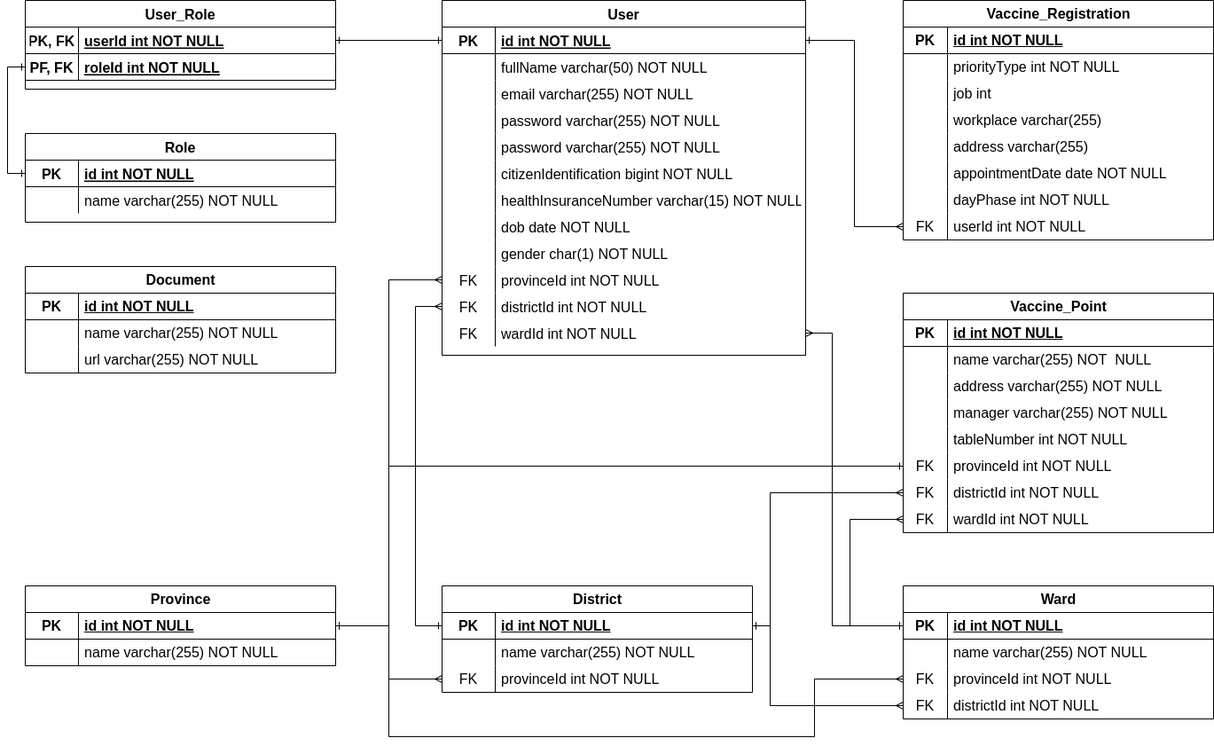
The draw.io diagram docs/VaccinePortalERD.png in zinza-academy/covid-19-vaccine-portal-nestjs-thanghq24, before a commit. Source tidied: cells renumbered, new cells last; positions are measured from the earlier drawing's top-left corner, leaving out a move shared by most shapes.
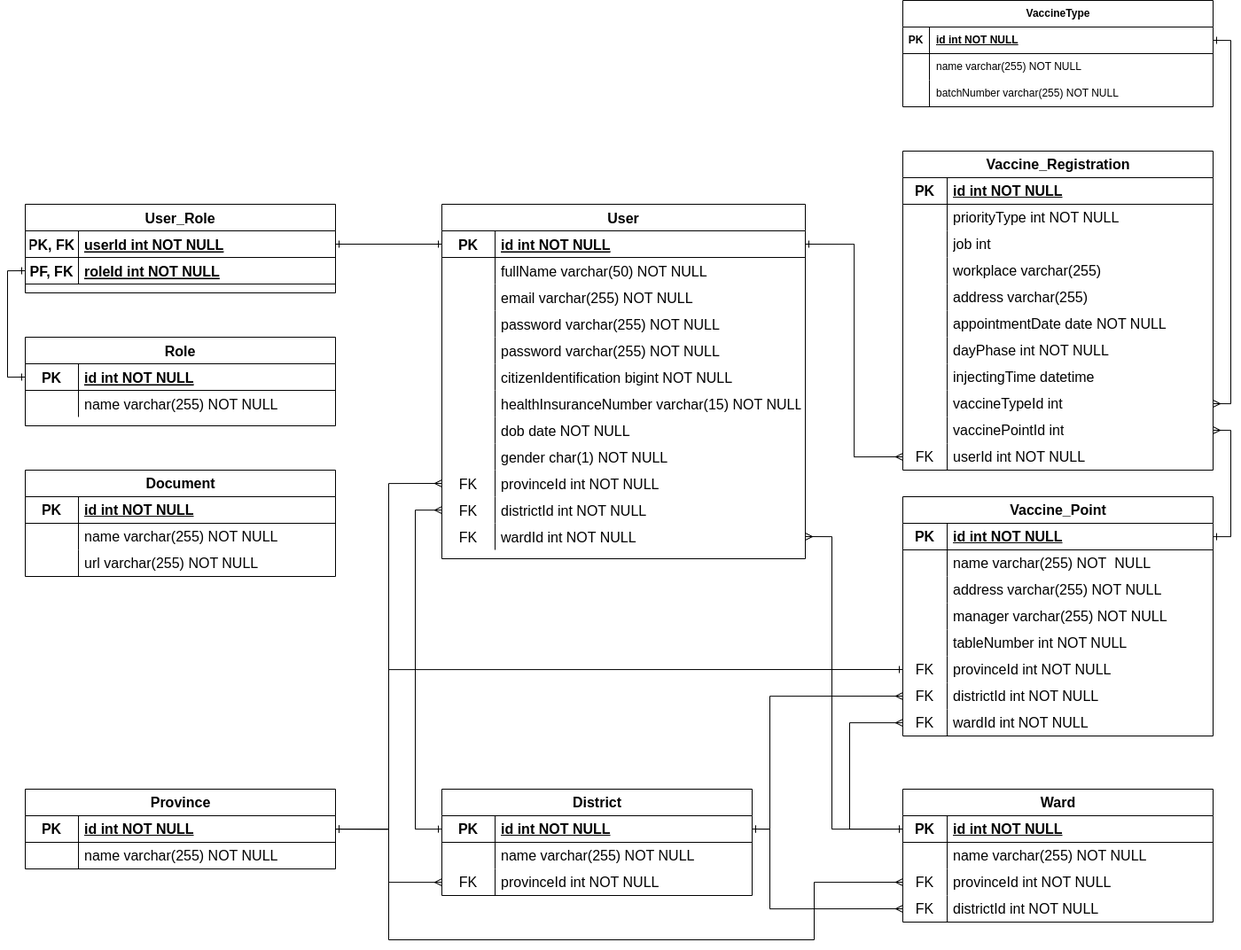
The same file after the commit.

Commit message:
fix: modify database design

Add relation of vaccine registration with vaccine type and vaccine point

The edit, as a diff of the source:
```diff
@@ -135,7 +135,7 @@
       <mxGeometry x="60" width="350" height="30" as="geometry" />
     </mxCell>
     <mxCell id="46" value="Vaccine_Registration" style="shape=table;startSize=30;rowLines=0;fontStyle=1;align=center;html=1;fontSize=16;spacing=2;spacingTop=3;spacingBottom=3;spacingLeft=5;spacingRight=5;" parent="1" vertex="1">
-      <mxGeometry x="990" width="350" height="270" as="geometry" />
+      <mxGeometry x="990" y="-60" width="350" height="360" as="geometry" />
     </mxCell>
     <mxCell id="47" style="shape=tableRow;horizontal=0;startSize=0;swimlaneHead=0;swimlaneBody=0;fillColor=none;top=0;left=0;right=0;bottom=1;fontSize=16;spacing=2;spacingTop=3;spacingBottom=3;spacingLeft=5;spacingRight=5;" parent="46" vertex="1">
       <mxGeometry y="30" width="350" height="30" as="geometry" />
@@ -200,8 +200,35 @@
     <mxCell id="67" value="dayPhase int NOT NULL" style="shape=partialRectangle;fillColor=none;top=0;left=0;bottom=0;right=0;align=left;spacingLeft=5;overflow=hidden;whiteSpace=wrap;html=1;fontSize=16;spacing=2;spacingTop=3;spacingBottom=3;spacingRight=5;" parent="65" vertex="1">
       <mxGeometry x="50" width="300" height="30" as="geometry" />
     </mxCell>
+    <mxCell id="155" style="shape=tableRow;horizontal=0;startSize=0;swimlaneHead=0;swimlaneBody=0;fillColor=none;top=0;left=0;right=0;bottom=0;fontSize=16;spacing=2;spacingTop=3;spacingBottom=3;spacingLeft=5;spacingRight=5;" parent="46" vertex="1">
+      <mxGeometry y="240" width="350" height="30" as="geometry" />
+    </mxCell>
+    <mxCell id="156" style="shape=partialRectangle;fillColor=none;top=0;left=0;bottom=0;right=0;overflow=hidden;whiteSpace=wrap;html=1;fontSize=16;spacing=2;spacingTop=3;spacingBottom=3;spacingLeft=5;spacingRight=5;" parent="155" vertex="1">
+      <mxGeometry width="50" height="30" as="geometry" />
+    </mxCell>
+    <mxCell id="157" value="injectingTime datetime" style="shape=partialRectangle;fillColor=none;top=0;left=0;bottom=0;right=0;align=left;spacingLeft=5;overflow=hidden;whiteSpace=wrap;html=1;fontSize=16;spacing=2;spacingTop=3;spacingBottom=3;spacingRight=5;" parent="155" vertex="1">
+      <mxGeometry x="50" width="300" height="30" as="geometry" />
+    </mxCell>
+    <mxCell id="158" style="shape=tableRow;horizontal=0;startSize=0;swimlaneHead=0;swimlaneBody=0;fillColor=none;points=[[0,0.5],[1,0.5]];portConstraint=eastwest;top=0;left=0;right=0;bottom=0;fontSize=16;spacing=2;spacingTop=3;spacingBottom=3;spacingLeft=5;spacingRight=5;" parent="46" vertex="1">
+      <mxGeometry y="270" width="350" height="30" as="geometry" />
+    </mxCell>
+    <mxCell id="159" style="shape=partialRectangle;fillColor=none;top=0;left=0;bottom=0;right=0;overflow=hidden;whiteSpace=wrap;html=1;fontSize=16;spacing=2;spacingTop=3;spacingBottom=3;spacingLeft=5;spacingRight=5;" parent="158" vertex="1">
+      <mxGeometry width="50" height="30" as="geometry" />
+    </mxCell>
+    <mxCell id="160" value="vaccineTypeId int" style="shape=partialRectangle;fillColor=none;top=0;left=0;bottom=0;right=0;align=left;spacingLeft=5;overflow=hidden;whiteSpace=wrap;html=1;fontSize=16;spacing=2;spacingTop=3;spacingBottom=3;spacingRight=5;" parent="158" vertex="1">
+      <mxGeometry x="50" width="300" height="30" as="geometry" />
+    </mxCell>
+    <mxCell id="161" style="shape=tableRow;horizontal=0;startSize=0;swimlaneHead=0;swimlaneBody=0;fillColor=none;points=[[0,0.5],[1,0.5]];portConstraint=eastwest;top=0;left=0;right=0;bottom=0;fontSize=16;spacing=2;spacingTop=3;spacingBottom=3;spacingLeft=5;spacingRight=5;" parent="46" vertex="1">
+      <mxGeometry y="300" width="350" height="30" as="geometry" />
+    </mxCell>
+    <mxCell id="162" style="shape=partialRectangle;fillColor=none;top=0;left=0;bottom=0;right=0;overflow=hidden;whiteSpace=wrap;html=1;fontSize=16;spacing=2;spacingTop=3;spacingBottom=3;spacingLeft=5;spacingRight=5;" parent="161" vertex="1">
+      <mxGeometry width="50" height="30" as="geometry" />
+    </mxCell>
+    <mxCell id="163" value="vaccinePointId int" style="shape=partialRectangle;fillColor=none;top=0;left=0;bottom=0;right=0;align=left;spacingLeft=5;overflow=hidden;whiteSpace=wrap;html=1;fontSize=16;spacing=2;spacingTop=3;spacingBottom=3;spacingRight=5;" parent="161" vertex="1">
+      <mxGeometry x="50" width="300" height="30" as="geometry" />
+    </mxCell>
     <mxCell id="68" style="shape=tableRow;horizontal=0;startSize=0;swimlaneHead=0;swimlaneBody=0;fillColor=none;points=[[0,0.5],[1,0.5]];portConstraint=eastwest;top=0;left=0;right=0;bottom=0;fontSize=16;spacing=2;spacingTop=3;spacingBottom=3;spacingLeft=5;spacingRight=5;" parent="46" vertex="1">
-      <mxGeometry y="240" width="350" height="30" as="geometry" />
+      <mxGeometry y="330" width="350" height="30" as="geometry" />
     </mxCell>
     <mxCell id="69" value="FK" style="shape=partialRectangle;fillColor=none;top=0;left=0;bottom=0;right=0;overflow=hidden;whiteSpace=wrap;html=1;fontSize=16;spacing=2;spacingTop=3;spacingBottom=3;spacingLeft=5;spacingRight=5;" parent="68" vertex="1">
       <mxGeometry width="50" height="30" as="geometry" />
@@ -498,5 +525,51 @@
         </Array>
       </mxGeometry>
     </mxCell>
+    <mxCell id="164" value="VaccineType" style="shape=table;startSize=30;rowLines=0;fontStyle=1;align=center;html=1;" parent="1" vertex="1">
+      <mxGeometry x="990" y="-230" width="350" height="120" as="geometry" />
+    </mxCell>
+    <mxCell id="165" style="shape=tableRow;horizontal=0;startSize=0;swimlaneHead=0;swimlaneBody=0;fillColor=none;points=[[0,0.5],[1,0.5]];portConstraint=eastwest;top=0;left=0;right=0;bottom=1;" parent="164" vertex="1">
+      <mxGeometry y="30" width="350" height="30" as="geometry" />
+    </mxCell>
+    <mxCell id="166" value="PK" style="shape=partialRectangle;fillColor=none;top=0;left=0;bottom=0;right=0;fontStyle=1;overflow=hidden;whiteSpace=wrap;html=1;" parent="165" vertex="1">
+      <mxGeometry width="30" height="30" as="geometry" />
+    </mxCell>
+    <mxCell id="167" value="id int NOT NULL" style="shape=partialRectangle;fillColor=none;top=0;left=0;bottom=0;right=0;align=left;spacingLeft=6;fontStyle=5;overflow=hidden;whiteSpace=wrap;html=1;" parent="165" vertex="1">
+      <mxGeometry x="30" width="320" height="30" as="geometry" />
+    </mxCell>
+    <mxCell id="168" style="shape=tableRow;horizontal=0;startSize=0;swimlaneHead=0;swimlaneBody=0;fillColor=none;top=0;left=0;right=0;bottom=0;" parent="164" vertex="1">
+      <mxGeometry y="60" width="350" height="30" as="geometry" />
+    </mxCell>
+    <mxCell id="169" style="shape=partialRectangle;fillColor=none;top=0;left=0;bottom=0;right=0;overflow=hidden;whiteSpace=wrap;html=1;" parent="168" vertex="1">
+      <mxGeometry width="30" height="30" as="geometry" />
+    </mxCell>
+    <mxCell id="170" value="name varchar(255) NOT NULL" style="shape=partialRectangle;fillColor=none;top=0;left=0;bottom=0;right=0;align=left;spacingLeft=6;overflow=hidden;whiteSpace=wrap;html=1;" parent="168" vertex="1">
+      <mxGeometry x="30" width="320" height="30" as="geometry" />
+    </mxCell>
+    <mxCell id="171" style="shape=tableRow;horizontal=0;startSize=0;swimlaneHead=0;swimlaneBody=0;fillColor=none;top=0;left=0;right=0;bottom=0;" parent="164" vertex="1">
+      <mxGeometry y="90" width="350" height="30" as="geometry" />
+    </mxCell>
+    <mxCell id="172" style="shape=partialRectangle;fillColor=none;top=0;left=0;bottom=0;right=0;overflow=hidden;whiteSpace=wrap;html=1;" parent="171" vertex="1">
+      <mxGeometry width="30" height="30" as="geometry" />
+    </mxCell>
+    <mxCell id="173" value="batchNumber varchar(255) NOT NULL" style="shape=partialRectangle;fillColor=none;top=0;left=0;bottom=0;right=0;align=left;spacingLeft=6;overflow=hidden;whiteSpace=wrap;html=1;" parent="171" vertex="1">
+      <mxGeometry x="30" width="320" height="30" as="geometry" />
+    </mxCell>
+    <mxCell id="174" style="edgeStyle=orthogonalEdgeStyle;rounded=0;jettySize=auto;html=1;exitX=1;exitY=0.5;exitDx=0;exitDy=0;entryX=1;entryY=0.5;entryDx=0;entryDy=0;startArrow=ERone;startFill=0;endArrow=ERmany;endFill=0;" parent="1" edge="1" source="165" target="158">
+      <mxGeometry relative="1" as="geometry">
+        <Array as="points">
+          <mxPoint x="1360" y="-185" />
+          <mxPoint x="1360" y="225" />
+        </Array>
+      </mxGeometry>
+    </mxCell>
+    <mxCell id="175" style="edgeStyle=orthogonalEdgeStyle;rounded=0;jettySize=auto;html=1;entryX=1;entryY=0.5;entryDx=0;entryDy=0;startArrow=ERone;startFill=0;endArrow=ERmany;endFill=0;" parent="1" edge="1" source="72" target="161">
+      <mxGeometry relative="1" as="geometry">
+        <Array as="points">
+          <mxPoint x="1360" y="375" />
+          <mxPoint x="1360" y="255" />
+        </Array>
+      </mxGeometry>
+    </mxCell>
   </root>
 </mxGraphModel>
```
